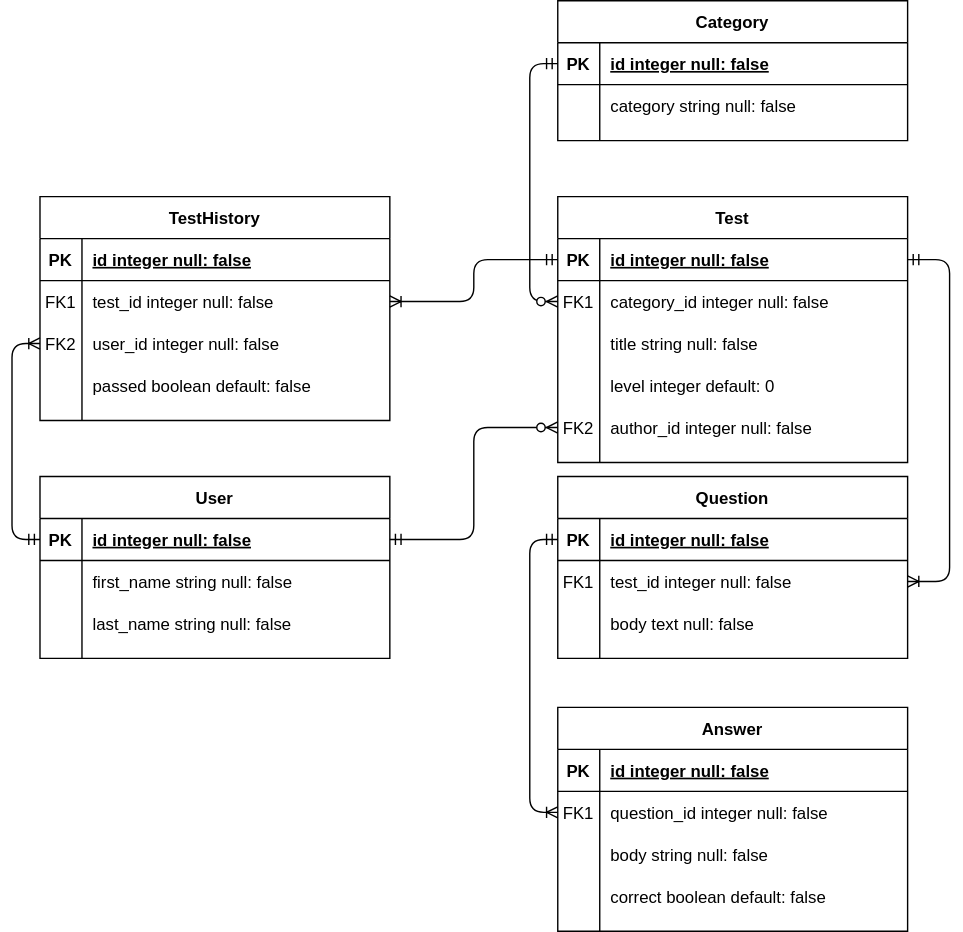
Above: ER_TestGuru.svg in yerlanmad/test-guru (draw.io), before the change. Source tidied: cells renumbered, new cells last; positions are measured from the earlier drawing's top-left corner, leaving out a move shared by most shapes.
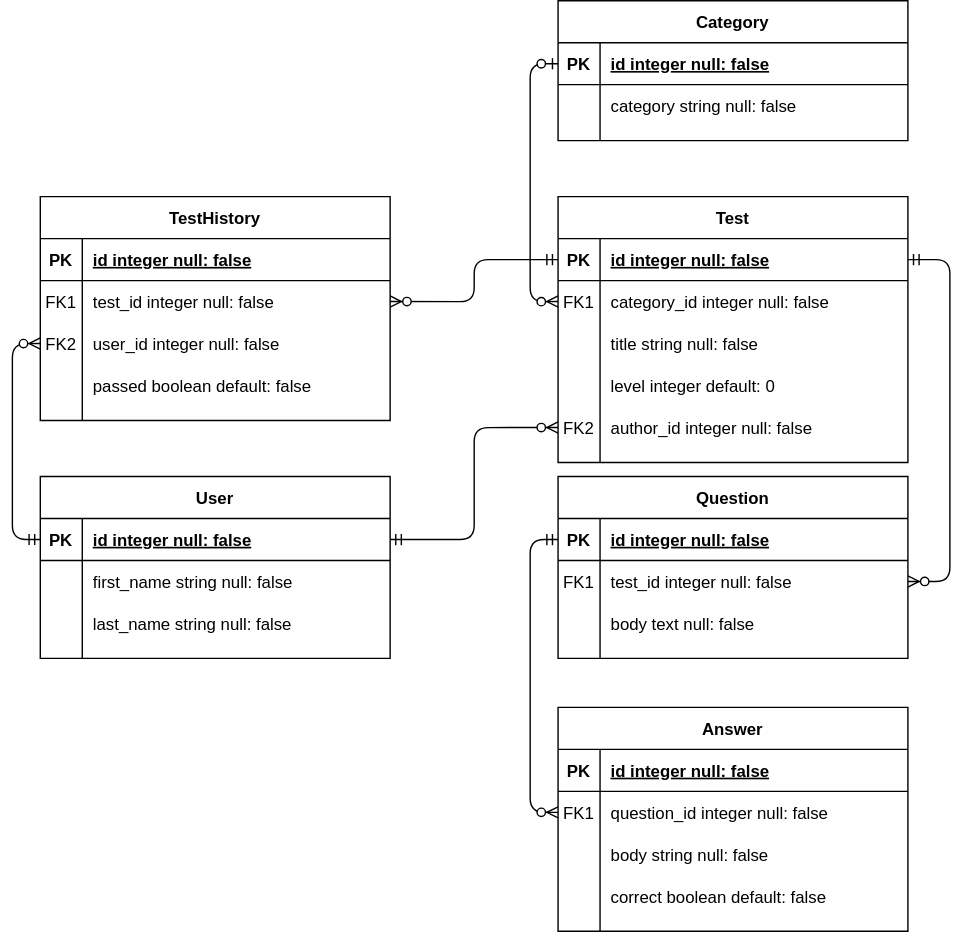
Above is the later version.

What changed in the source:
```diff
@@ -2,19 +2,19 @@
   <root>
     <mxCell id="0" />
     <mxCell id="1" parent="0" />
-    <mxCell id="2" style="edgeStyle=entityRelationEdgeStyle;endArrow=ERoneToMany;startArrow=ERmandOne;endFill=0;startFill=0;exitX=1;exitY=0.5;exitDx=0;exitDy=0;" parent="1" edge="1" source="8" target="27">
+    <mxCell id="2" style="edgeStyle=entityRelationEdgeStyle;endArrow=ERzeroToMany;startArrow=ERmandOne;endFill=1;startFill=0;exitX=1;exitY=0.5;exitDx=0;exitDy=0;" parent="1" edge="1" source="8" target="27">
       <mxGeometry relative="1" as="geometry" />
     </mxCell>
-    <mxCell id="3" style="edgeStyle=orthogonalEdgeStyle;rounded=1;jettySize=auto;html=1;entryX=0;entryY=0.5;entryDx=0;entryDy=0;startArrow=ERmandOne;startFill=0;endArrow=ERoneToMany;endFill=0;" parent="1" edge="1" source="24" target="37">
+    <mxCell id="3" style="edgeStyle=orthogonalEdgeStyle;rounded=1;jettySize=auto;html=1;entryX=0;entryY=0.5;entryDx=0;entryDy=0;startArrow=ERmandOne;startFill=0;endArrow=ERzeroToMany;endFill=1;" parent="1" edge="1" source="24" target="37">
       <mxGeometry relative="1" as="geometry" />
     </mxCell>
-    <mxCell id="4" style="edgeStyle=orthogonalEdgeStyle;rounded=1;jettySize=auto;html=1;entryX=0;entryY=0.5;entryDx=0;entryDy=0;startArrow=ERmandOne;startFill=0;endArrow=ERzeroToMany;endFill=1;" parent="1" edge="1" source="47" target="11">
+    <mxCell id="4" style="edgeStyle=orthogonalEdgeStyle;rounded=1;jettySize=auto;html=1;entryX=0;entryY=0.5;entryDx=0;entryDy=0;startArrow=ERzeroToOne;startFill=1;endArrow=ERzeroToMany;endFill=1;" parent="1" edge="1" source="47" target="11">
       <mxGeometry relative="1" as="geometry" />
     </mxCell>
-    <mxCell id="5" style="edgeStyle=orthogonalEdgeStyle;rounded=1;jettySize=auto;html=1;entryX=1;entryY=0.5;entryDx=0;entryDy=0;startArrow=ERmandOne;startFill=0;endArrow=ERoneToMany;endFill=0;" parent="1" edge="1" source="8" target="57">
+    <mxCell id="5" style="edgeStyle=orthogonalEdgeStyle;rounded=1;jettySize=auto;html=1;entryX=1;entryY=0.5;entryDx=0;entryDy=0;startArrow=ERmandOne;startFill=0;endArrow=ERzeroToMany;endFill=1;" parent="1" edge="1" source="8" target="57">
       <mxGeometry relative="1" as="geometry" />
     </mxCell>
-    <mxCell id="6" style="edgeStyle=orthogonalEdgeStyle;rounded=1;jettySize=auto;html=1;entryX=0;entryY=0.5;entryDx=0;entryDy=0;startArrow=ERmandOne;startFill=0;endArrow=ERoneToMany;endFill=0;exitX=0;exitY=0.5;exitDx=0;exitDy=0;" parent="1" edge="1" source="67" target="60">
+    <mxCell id="6" style="edgeStyle=orthogonalEdgeStyle;rounded=1;jettySize=auto;html=1;entryX=0;entryY=0.5;entryDx=0;entryDy=0;startArrow=ERmandOne;startFill=0;endArrow=ERzeroToMany;endFill=1;exitX=0;exitY=0.5;exitDx=0;exitDy=0;" parent="1" edge="1" source="67" target="60">
       <mxGeometry relative="1" as="geometry" />
     </mxCell>
     <mxCell id="7" value="Test" style="shape=table;startSize=30;rowLines=0;fontStyle=1;align=center;" parent="1" vertex="1">
```
